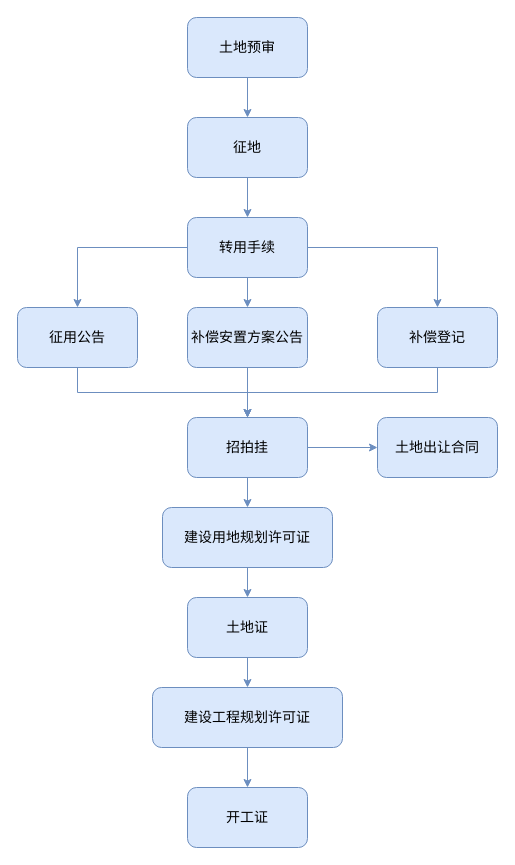
eightfeet/mind keeps this draw.io diagram as yugong/未命名绘图.drawio. Above is the earlier version. Source tidied: cells renumbered, new cells numbered last; positions are measured from the earlier drawing's top-left corner, leaving out a move shared by most shapes. Both pictures are drawn from the tidied source at 100%, with x=0, y=0 at pixel (17, 17).
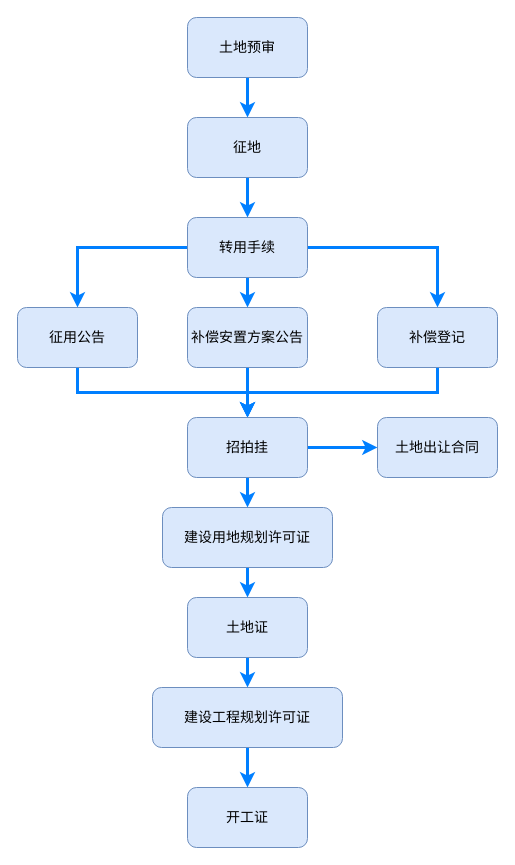
The same diagram, later.

Commit message (it also covers changes not shown here):
更新未命名绘图.drawio

Unchanged cells that the change refers to:
```xml
<mxCell id="3" value="土地预审" style="rounded=1;whiteSpace=wrap;html=1;fillColor=#dae8fc;strokeColor=#6c8ebf;fontSize=14;" parent="1" vertex="1">
  <mxGeometry x="170" width="120" height="60" as="geometry" />
</mxCell>
<mxCell id="5" value="征地" style="rounded=1;whiteSpace=wrap;html=1;fillColor=#dae8fc;strokeColor=#6c8ebf;fontSize=14;" parent="1" vertex="1">
  <mxGeometry x="170" y="100" width="120" height="60" as="geometry" />
</mxCell>
<mxCell id="9" value="转用手续" style="rounded=1;whiteSpace=wrap;html=1;fillColor=#dae8fc;strokeColor=#6c8ebf;fontSize=14;" parent="1" vertex="1">
  <mxGeometry x="170" y="200" width="120" height="60" as="geometry" />
</mxCell>
<mxCell id="11" value="补偿安置方案公告" style="rounded=1;whiteSpace=wrap;html=1;fillColor=#dae8fc;strokeColor=#6c8ebf;fontSize=14;" parent="1" vertex="1">
  <mxGeometry x="170" y="290" width="120" height="60" as="geometry" />
</mxCell>
<mxCell id="13" value="征用公告" style="rounded=1;whiteSpace=wrap;html=1;fillColor=#dae8fc;strokeColor=#6c8ebf;fontSize=14;" parent="1" vertex="1">
  <mxGeometry y="290" width="120" height="60" as="geometry" />
</mxCell>
<mxCell id="15" value="补偿登记" style="rounded=1;whiteSpace=wrap;html=1;fillColor=#dae8fc;strokeColor=#6c8ebf;fontSize=14;" parent="1" vertex="1">
  <mxGeometry x="360" y="290" width="120" height="60" as="geometry" />
</mxCell>
<mxCell id="18" value="招拍挂" style="rounded=1;whiteSpace=wrap;html=1;fillColor=#dae8fc;strokeColor=#6c8ebf;fontSize=14;" parent="1" vertex="1">
  <mxGeometry x="170" y="400" width="120" height="60" as="geometry" />
</mxCell>
<mxCell id="19" value="土地出让合同" style="rounded=1;whiteSpace=wrap;html=1;fillColor=#dae8fc;strokeColor=#6c8ebf;fontSize=14;" parent="1" vertex="1">
  <mxGeometry x="360" y="400" width="120" height="60" as="geometry" />
</mxCell>
<mxCell id="21" value="建设用地规划许可证" style="rounded=1;whiteSpace=wrap;html=1;fillColor=#dae8fc;strokeColor=#6c8ebf;fontSize=14;" parent="1" vertex="1">
  <mxGeometry x="145" y="490" width="170" height="60" as="geometry" />
</mxCell>
<mxCell id="23" value="土地证" style="rounded=1;whiteSpace=wrap;html=1;fillColor=#dae8fc;strokeColor=#6c8ebf;fontSize=14;" parent="1" vertex="1">
  <mxGeometry x="170" y="580" width="120" height="60" as="geometry" />
</mxCell>
<mxCell id="25" value="建设工程规划许可证" style="rounded=1;whiteSpace=wrap;html=1;fillColor=#dae8fc;strokeColor=#6c8ebf;fontSize=14;" parent="1" vertex="1">
  <mxGeometry x="135" y="670" width="190" height="60" as="geometry" />
</mxCell>
<mxCell id="26" value="开工证" style="rounded=1;whiteSpace=wrap;html=1;fillColor=#dae8fc;strokeColor=#6c8ebf;fontSize=14;" parent="1" vertex="1">
  <mxGeometry x="170" y="770" width="120" height="60" as="geometry" />
</mxCell>
```

The edit, as a diff of the source:
```diff
@@
-    <mxCell id="2" style="edgeStyle=orthogonalEdgeStyle;rounded=0;jettySize=auto;html=1;fillColor=#dae8fc;strokeColor=#6c8ebf;fontSize=14;" parent="1" edge="1" source="3" target="5">
+    <mxCell id="2" style="edgeStyle=orthogonalEdgeStyle;rounded=0;jettySize=auto;html=1;fillColor=#dae8fc;strokeColor=#007FFF;fontSize=14;strokeWidth=3;" parent="1" edge="1" source="3" target="5">
       <mxGeometry relative="1" as="geometry" />
     </mxCell>
@@
-    <mxCell id="4" style="edgeStyle=orthogonalEdgeStyle;rounded=0;jettySize=auto;html=1;fillColor=#dae8fc;strokeColor=#6c8ebf;fontSize=14;" parent="1" edge="1" source="5" target="9">
+    <mxCell id="4" style="edgeStyle=orthogonalEdgeStyle;rounded=0;jettySize=auto;html=1;fillColor=#dae8fc;strokeColor=#007FFF;fontSize=14;strokeWidth=3;" parent="1" edge="1" source="5" target="9">
       <mxGeometry relative="1" as="geometry" />
     </mxCell>
@@
-    <mxCell id="6" style="edgeStyle=orthogonalEdgeStyle;rounded=0;jettySize=auto;html=1;fillColor=#dae8fc;strokeColor=#6c8ebf;fontSize=14;" parent="1" edge="1" source="9" target="11">
+    <mxCell id="6" style="edgeStyle=orthogonalEdgeStyle;rounded=0;jettySize=auto;html=1;fillColor=#dae8fc;strokeColor=#007FFF;fontSize=14;strokeWidth=3;" parent="1" edge="1" source="9" target="11">
       <mxGeometry relative="1" as="geometry" />
     </mxCell>
-    <mxCell id="7" style="edgeStyle=orthogonalEdgeStyle;rounded=0;jettySize=auto;html=1;exitX=0;exitY=0.5;exitDx=0;exitDy=0;entryX=0.5;entryY=0;entryDx=0;entryDy=0;fillColor=#dae8fc;strokeColor=#6c8ebf;fontSize=14;" parent="1" edge="1" source="9" target="13">
+    <mxCell id="7" style="edgeStyle=orthogonalEdgeStyle;rounded=0;jettySize=auto;html=1;exitX=0;exitY=0.5;exitDx=0;exitDy=0;entryX=0.5;entryY=0;entryDx=0;entryDy=0;fillColor=#dae8fc;strokeColor=#007FFF;fontSize=14;strokeWidth=3;" parent="1" edge="1" source="9" target="13">
       <mxGeometry relative="1" as="geometry" />
     </mxCell>
-    <mxCell id="8" style="edgeStyle=orthogonalEdgeStyle;rounded=0;jettySize=auto;html=1;exitX=1;exitY=0.5;exitDx=0;exitDy=0;entryX=0.5;entryY=0;entryDx=0;entryDy=0;fillColor=#dae8fc;strokeColor=#6c8ebf;fontSize=14;" parent="1" edge="1" source="9" target="15">
+    <mxCell id="8" style="edgeStyle=orthogonalEdgeStyle;rounded=0;jettySize=auto;html=1;exitX=1;exitY=0.5;exitDx=0;exitDy=0;entryX=0.5;entryY=0;entryDx=0;entryDy=0;fillColor=#dae8fc;strokeColor=#007FFF;fontSize=14;strokeWidth=3;" parent="1" edge="1" source="9" target="15">
       <mxGeometry relative="1" as="geometry" />
     </mxCell>
@@
-    <mxCell id="10" style="edgeStyle=orthogonalEdgeStyle;rounded=0;jettySize=auto;html=1;fillColor=#dae8fc;strokeColor=#6c8ebf;fontSize=14;" parent="1" edge="1" source="11" target="18">
+    <mxCell id="10" style="edgeStyle=orthogonalEdgeStyle;rounded=0;jettySize=auto;html=1;fillColor=#dae8fc;strokeColor=#007FFF;fontSize=14;strokeWidth=3;" parent="1" edge="1" source="11" target="18">
       <mxGeometry relative="1" as="geometry" />
     </mxCell>
@@
-    <mxCell id="12" style="edgeStyle=orthogonalEdgeStyle;rounded=0;jettySize=auto;html=1;exitX=0.5;exitY=1;exitDx=0;exitDy=0;entryX=0.5;entryY=0;entryDx=0;entryDy=0;fillColor=#dae8fc;strokeColor=#6c8ebf;fontSize=14;" parent="1" edge="1" source="13" target="18">
+    <mxCell id="12" style="edgeStyle=orthogonalEdgeStyle;rounded=0;jettySize=auto;html=1;exitX=0.5;exitY=1;exitDx=0;exitDy=0;entryX=0.5;entryY=0;entryDx=0;entryDy=0;fillColor=#dae8fc;strokeColor=#007FFF;fontSize=14;strokeWidth=3;" parent="1" edge="1" source="13" target="18">
       <mxGeometry relative="1" as="geometry" />
     </mxCell>
@@
-    <mxCell id="14" style="edgeStyle=orthogonalEdgeStyle;rounded=0;jettySize=auto;html=1;exitX=0.5;exitY=1;exitDx=0;exitDy=0;entryX=0.5;entryY=0;entryDx=0;entryDy=0;fillColor=#dae8fc;strokeColor=#6c8ebf;fontSize=14;" parent="1" edge="1" source="15" target="18">
+    <mxCell id="14" style="edgeStyle=orthogonalEdgeStyle;rounded=0;jettySize=auto;html=1;exitX=0.5;exitY=1;exitDx=0;exitDy=0;entryX=0.5;entryY=0;entryDx=0;entryDy=0;fillColor=#dae8fc;strokeColor=#007FFF;fontSize=14;strokeWidth=3;" parent="1" edge="1" source="15" target="18">
       <mxGeometry relative="1" as="geometry" />
     </mxCell>
@@
-    <mxCell id="16" style="edgeStyle=orthogonalEdgeStyle;rounded=0;jettySize=auto;html=1;exitX=1;exitY=0.5;exitDx=0;exitDy=0;entryX=0;entryY=0.5;entryDx=0;entryDy=0;fillColor=#dae8fc;strokeColor=#6c8ebf;fontSize=14;" parent="1" edge="1" source="18" target="19">
+    <mxCell id="16" style="edgeStyle=orthogonalEdgeStyle;rounded=0;jettySize=auto;html=1;exitX=1;exitY=0.5;exitDx=0;exitDy=0;entryX=0;entryY=0.5;entryDx=0;entryDy=0;fillColor=#dae8fc;strokeColor=#007FFF;fontSize=14;strokeWidth=3;" parent="1" edge="1" source="18" target="19">
       <mxGeometry relative="1" as="geometry" />
     </mxCell>
-    <mxCell id="17" style="edgeStyle=orthogonalEdgeStyle;rounded=0;jettySize=auto;html=1;fillColor=#dae8fc;strokeColor=#6c8ebf;fontSize=14;" parent="1" edge="1" source="18" target="21">
+    <mxCell id="17" style="edgeStyle=orthogonalEdgeStyle;rounded=0;jettySize=auto;html=1;fillColor=#dae8fc;strokeColor=#007FFF;fontSize=14;strokeWidth=3;" parent="1" edge="1" source="18" target="21">
       <mxGeometry relative="1" as="geometry" />
     </mxCell>
@@
-    <mxCell id="20" style="edgeStyle=orthogonalEdgeStyle;rounded=0;jettySize=auto;html=1;fillColor=#dae8fc;strokeColor=#6c8ebf;fontSize=14;" parent="1" edge="1" source="21" target="23">
+    <mxCell id="20" style="edgeStyle=orthogonalEdgeStyle;rounded=0;jettySize=auto;html=1;fillColor=#dae8fc;strokeColor=#007FFF;fontSize=14;strokeWidth=3;" parent="1" edge="1" source="21" target="23">
       <mxGeometry relative="1" as="geometry" />
     </mxCell>
@@
-    <mxCell id="22" style="edgeStyle=orthogonalEdgeStyle;rounded=0;jettySize=auto;html=1;fillColor=#dae8fc;strokeColor=#6c8ebf;fontSize=14;" parent="1" edge="1" source="23" target="25">
+    <mxCell id="22" style="edgeStyle=orthogonalEdgeStyle;rounded=0;jettySize=auto;html=1;fillColor=#dae8fc;strokeColor=#007FFF;fontSize=14;strokeWidth=3;" parent="1" edge="1" source="23" target="25">
       <mxGeometry relative="1" as="geometry" />
     </mxCell>
@@
-    <mxCell id="24" style="edgeStyle=orthogonalEdgeStyle;rounded=0;jettySize=auto;html=1;fillColor=#dae8fc;strokeColor=#6c8ebf;fontSize=14;" parent="1" edge="1" source="25" target="26">
+    <mxCell id="24" style="edgeStyle=orthogonalEdgeStyle;rounded=0;jettySize=auto;html=1;fillColor=#dae8fc;strokeColor=#007FFF;fontSize=14;strokeWidth=3;" parent="1" edge="1" source="25" target="26">
       <mxGeometry relative="1" as="geometry" />
     </mxCell>
```
